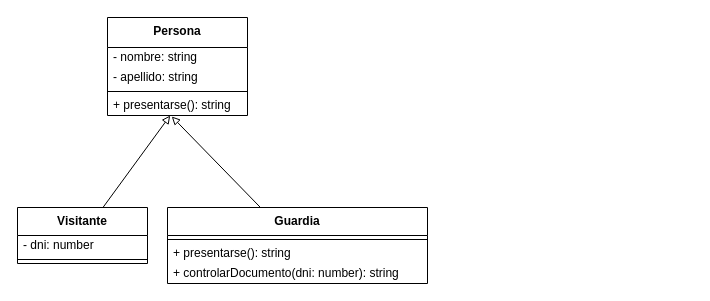
The draw.io diagram src/Guia01/EJ11/01EJ11.dio in gastonjavierricchiardi/ejercicios-csharp-utn-2026, before the edit. Source tidied: cells renumbered, new cells numbered last; positions are measured from the earlier drawing's top-left corner, leaving out a move shared by most shapes. Both pictures are drawn from the tidied source at 100%, with x=0, y=0 at pixel (17, 17).
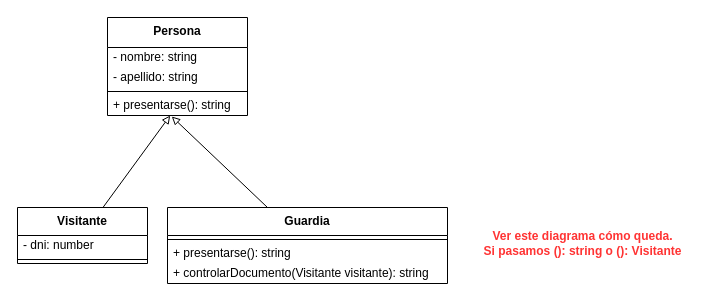
Above is the later version.

Commit message:
En el diagrama del EJ11, tengo dudas de como modelarlo.

Diff of the diagram source:
```diff
@@
 <mxGraphModel>
   <root>
     <mxCell id="0" />
     <mxCell id="1" parent="0" />
     <mxCell id="2" value="&lt;b&gt;Persona&lt;/b&gt;" style="swimlane;fontStyle=0;align=center;verticalAlign=top;horizontal=1;startSize=30;html=1;whiteSpace=wrap;" parent="1" vertex="1">
       <mxGeometry x="90" width="140" height="98" as="geometry" />
     </mxCell>
     <mxCell id="3" value="- nombre: string" style="text;html=1;strokeColor=none;fillColor=none;align=left;verticalAlign=middle;spacingLeft=4;spacingRight=4;overflow=hidden;whiteSpace=wrap;" parent="2" vertex="1">
       <mxGeometry y="30" width="140" height="20" as="geometry" />
     </mxCell>
     <mxCell id="4" value="- apellido: string" style="text;html=1;strokeColor=none;fillColor=none;align=left;verticalAlign=middle;spacingLeft=4;spacingRight=4;overflow=hidden;whiteSpace=wrap;" parent="2" vertex="1">
       <mxGeometry y="50" width="140" height="20" as="geometry" />
     </mxCell>
     <mxCell id="5" style="line;strokeWidth=1;fillColor=none;align=left;verticalAlign=middle;spacingTop=-1;spacingLeft=3;spacingRight=3;labelPosition=right;" parent="2" vertex="1">
       <mxGeometry y="70" width="140" height="8" as="geometry" />
     </mxCell>
     <mxCell id="6" value="+ presentarse(): string" style="text;html=1;strokeColor=none;fillColor=none;align=left;verticalAlign=middle;spacingLeft=4;spacingRight=4;overflow=hidden;points=[[0,0.5],[1,0.5]];portConstraint=eastwest;whiteSpace=wrap;" parent="2" vertex="1">
       <mxGeometry y="78" width="140" height="20" as="geometry" />
     </mxCell>
     <mxCell id="7" style="edgeStyle=none;html=1;endArrow=block;endFill=0;" parent="1" edge="1" source="8" target="6">
       <mxGeometry relative="1" as="geometry" />
     </mxCell>
     <mxCell id="8" value="&lt;b&gt;Visitante&lt;/b&gt;" style="swimlane;fontStyle=0;align=center;verticalAlign=top;horizontal=1;startSize=28;html=1;whiteSpace=wrap;" parent="1" vertex="1">
       <mxGeometry y="190" width="130" height="56" as="geometry" />
     </mxCell>
     <mxCell id="9" value="- dni: number" style="text;html=1;strokeColor=none;fillColor=none;align=left;verticalAlign=middle;spacingLeft=4;spacingRight=4;overflow=hidden;whiteSpace=wrap;" parent="8" vertex="1">
       <mxGeometry y="28" width="130" height="20" as="geometry" />
     </mxCell>
     <mxCell id="10" style="line;strokeWidth=1;fillColor=none;align=left;verticalAlign=middle;spacingTop=-1;spacingLeft=3;spacingRight=3;labelPosition=right;" parent="8" vertex="1">
       <mxGeometry y="48" width="130" height="8" as="geometry" />
     </mxCell>
     <mxCell id="11" value="&lt;b&gt;Guardia&lt;/b&gt;" style="swimlane;fontStyle=0;align=center;verticalAlign=top;horizontal=1;startSize=28;html=1;whiteSpace=wrap;" parent="1" vertex="1">
-      <mxGeometry x="150" y="190" width="260" height="76" as="geometry" />
+      <mxGeometry x="150" y="190" width="280" height="76" as="geometry" />
     </mxCell>
     <mxCell id="12" style="line;strokeWidth=1;fillColor=none;align=left;verticalAlign=middle;spacingTop=-1;spacingLeft=3;spacingRight=3;labelPosition=right;" parent="11" vertex="1">
-      <mxGeometry y="28" width="260" height="8" as="geometry" />
+      <mxGeometry y="28" width="280" height="8" as="geometry" />
     </mxCell>
     <mxCell id="13" value="+ presentarse(): string" style="text;html=1;strokeColor=none;fillColor=none;align=left;verticalAlign=middle;spacingLeft=4;spacingRight=4;overflow=hidden;whiteSpace=wrap;" parent="11" vertex="1">
-      <mxGeometry y="36" width="260" height="20" as="geometry" />
+      <mxGeometry y="36" width="280" height="20" as="geometry" />
     </mxCell>
-    <mxCell id="14" value="+ controlarDocumento(dni: number): string" style="text;html=1;strokeColor=none;fillColor=none;align=left;verticalAlign=middle;spacingLeft=4;spacingRight=4;overflow=hidden;whiteSpace=wrap;" parent="11" vertex="1">
-      <mxGeometry y="56" width="260" height="20" as="geometry" />
+    <mxCell id="14" value="+ controlarDocumento(Visitante visitante): string" style="text;html=1;strokeColor=none;fillColor=none;align=left;verticalAlign=middle;spacingLeft=4;spacingRight=4;overflow=hidden;whiteSpace=wrap;" parent="11" vertex="1">
+      <mxGeometry y="56" width="280" height="20" as="geometry" />
     </mxCell>
     <mxCell id="15" style="edgeStyle=none;html=1;entryX=0.459;entryY=1.05;entryDx=0;entryDy=0;entryPerimeter=0;endArrow=block;endFill=0;" parent="1" edge="1" source="11" target="6">
       <mxGeometry relative="1" as="geometry" />
     </mxCell>
+    <mxCell id="16" value="&lt;b&gt;&lt;font color=&quot;#ff3333&quot;&gt;Ver este diagrama cómo queda.&lt;/font&gt;&lt;/b&gt;&lt;div&gt;&lt;b&gt;&lt;font color=&quot;#ff3333&quot;&gt;Si pasamos (): string o (): Visitante&lt;/font&gt;&lt;/b&gt;&lt;/div&gt;" style="text;html=1;align=center;verticalAlign=middle;strokeColor=none;fillColor=none;" parent="1" vertex="1">
+      <mxGeometry x="455" y="206" width="220" height="40" as="geometry" />
+    </mxCell>
   </root>
 </mxGraphModel>
```
